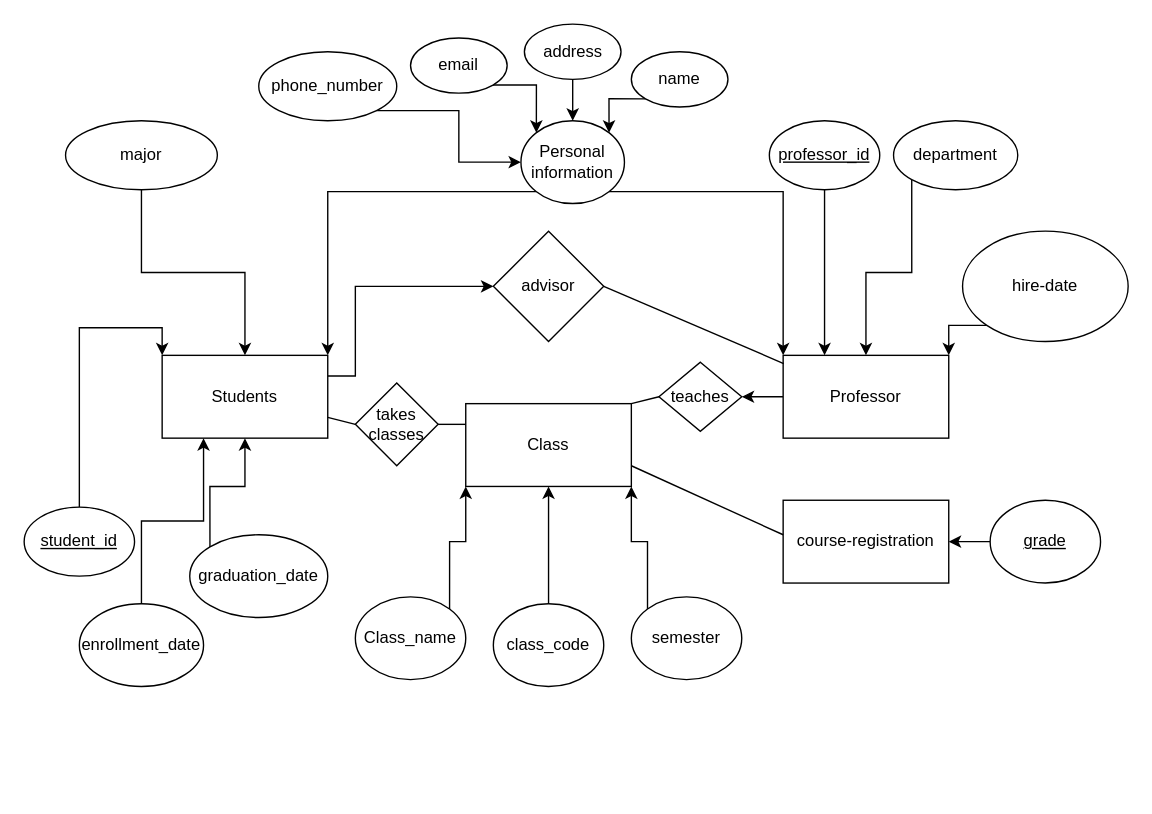
This is page "1.1" (1 of 4) of Untitled Diagram.drawio from StianVR/DAT220, a draw.io file, before an edit. Source tidied: cells renumbered, new cells numbered last; positions are measured from the earlier drawing's top-left corner, leaving out a move shared by most shapes. Both pictures are drawn from the tidied source at 138%, with x=0, y=0 at pixel (23, 23).
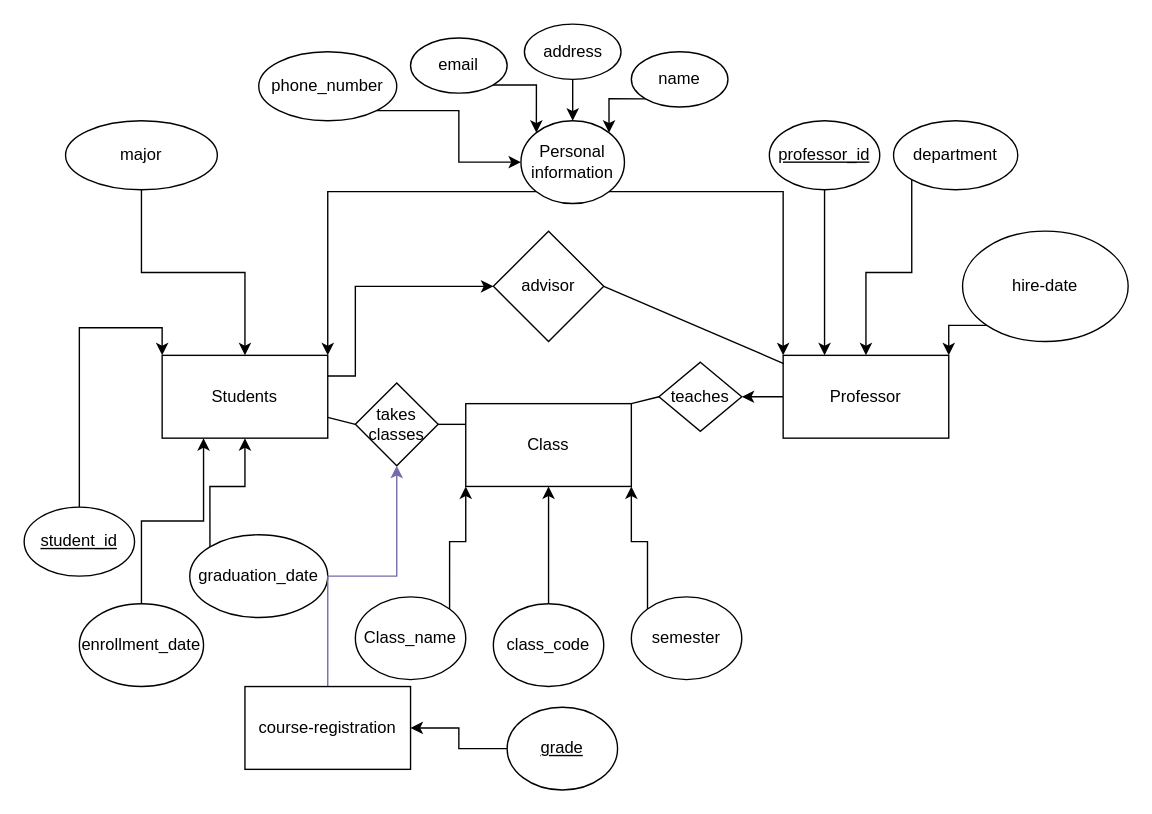
After the change.

The change refers to these unchanged cells:
```xml
<mxCell id="32" value="takes classes" style="rhombus;whiteSpace=wrap;html=1;" parent="1" vertex="1">
  <mxGeometry x="240" y="260" width="60" height="60" as="geometry" />
</mxCell>
```

The edit, as a diff of the source:
```diff
@@
+    <mxCell id="49" style="edgeStyle=orthogonalEdgeStyle;rounded=0;jettySize=auto;html=1;exitX=0.5;exitY=0;exitDx=0;exitDy=0;entryX=0.5;entryY=1;entryDx=0;entryDy=0;strokeColor=#736CA8;fontColor=#1A1A1A;" parent="1" edge="1" source="43" target="32">
+      <mxGeometry relative="1" as="geometry" />
+    </mxCell>
     <mxCell id="43" value="course-registration" style="rounded=0;whiteSpace=wrap;html=1;" parent="1" vertex="1">
-      <mxGeometry x="550" y="345" width="120" height="60" as="geometry" />
+      <mxGeometry x="160" y="480" width="120" height="60" as="geometry" />
     </mxCell>
@@
     <mxCell id="45" value="&lt;u&gt;grade&lt;/u&gt;" style="ellipse;whiteSpace=wrap;html=1;" parent="1" vertex="1">
-      <mxGeometry x="700" y="345" width="80" height="60" as="geometry" />
+      <mxGeometry x="350" y="495" width="80" height="60" as="geometry" />
     </mxCell>
@@
-    <mxCell id="48" style="endArrow=none;html=1;rounded=0;" parent="1" edge="1">
-      <mxGeometry relative="1" as="geometry">
-        <mxPoint x="440" y="320" as="sourcePoint" />
-        <mxPoint x="550" y="370" as="targetPoint" />
-      </mxGeometry>
-    </mxCell>
```
